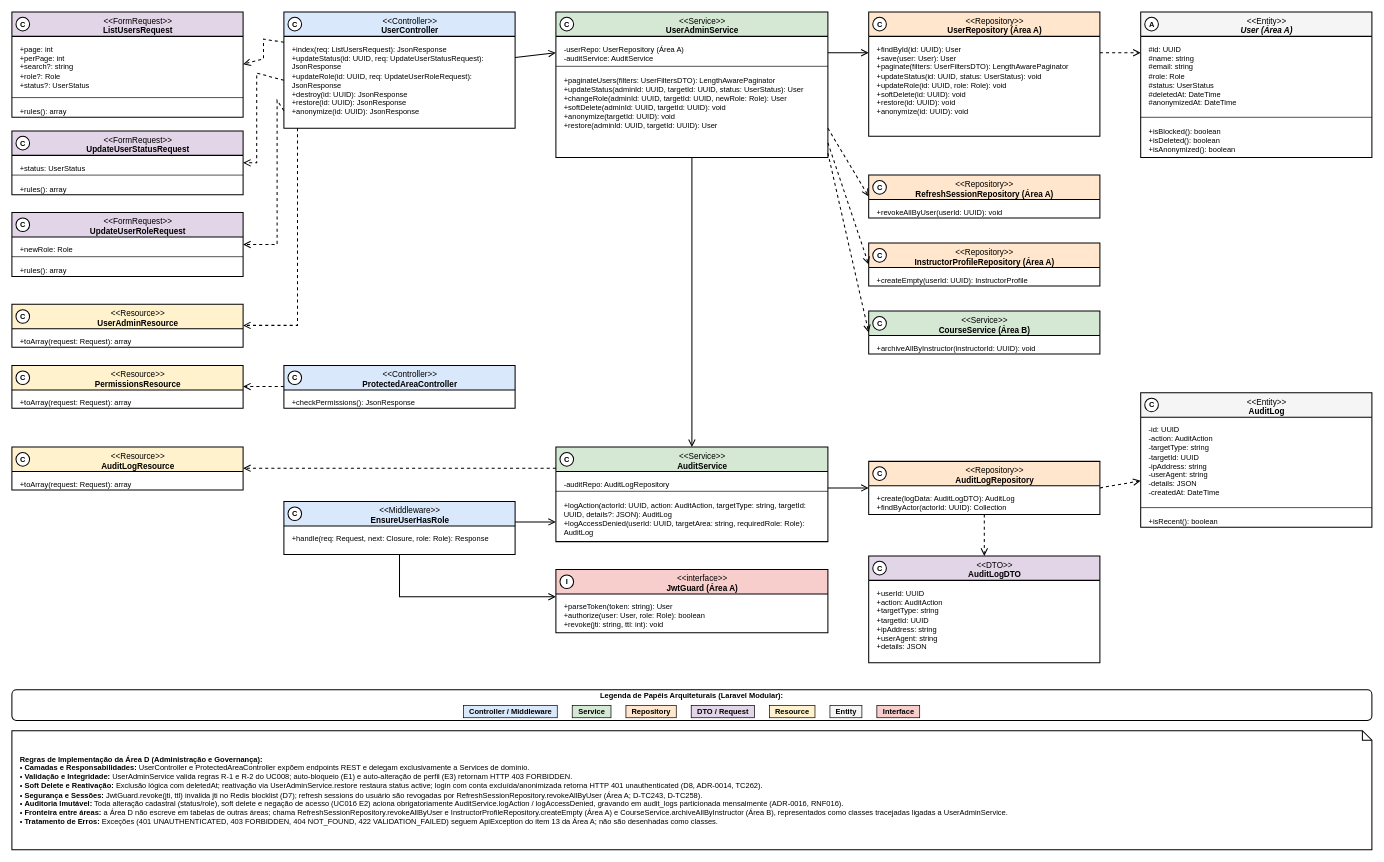
Earlier version of the draw.io diagram especificacao/diagramas/13-classes-area-d-implementacao-administracao.drawio (Plataforma-de-Cursos-TCC/plataforma-cursos-docs). Source tidied: cells renumbered, new cells numbered last; positions are measured from the earlier drawing's top-left corner, leaving out a move shared by most shapes. Both pictures are drawn from the tidied source at 68%, with x=0, y=0 at pixel (12, 12).
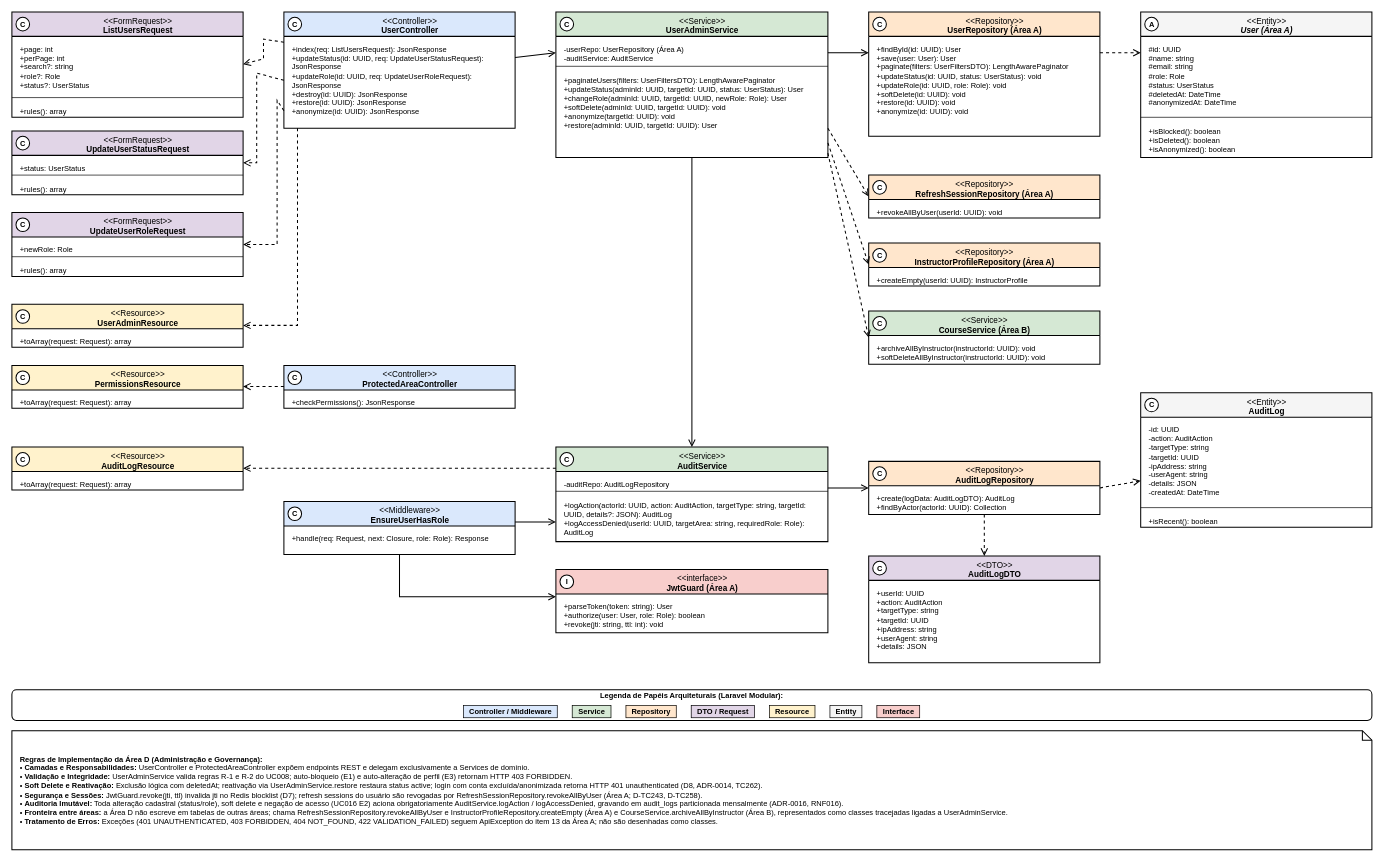
Above is the later version.

Diff of the diagram source:
```diff
@@
     <mxCell id="71" value="&amp;lt;&amp;lt;Service&amp;gt;&amp;gt;&lt;br&gt;&lt;b&gt;CourseService (Área B)&lt;/b&gt;" style="swimlane;html=1;fontStyle=0;align=center;verticalAlign=top;startSize=36;fillColor=#D5E8D4;swimlaneFillColor=#FFFFFF;strokeColor=#000000;strokeWidth=1.5;fontFamily=Helvetica;fontSize=12;fontColor=#000000;rounded=0;dashed=1;dashPattern=8 8spacingLeft=30;" parent="1" vertex="1">
-      <mxGeometry x="1260" y="440" width="340" height="63" as="geometry" />
+      <mxGeometry x="1260" y="440" width="340" height="78" as="geometry" />
     </mxCell>
-    <mxCell id="72" value="+archiveAllByInstructor(instructorId: UUID): void" style="text;html=1;align=left;verticalAlign=top;spacingLeft=10;spacingRight=8;spacingTop=6;fontSize=11;fontFamily=Helvetica;fontColor=#000000;strokeColor=none;fillColor=none;whiteSpace=wrap;" parent="71" vertex="1">
-      <mxGeometry y="36" width="340" height="27" as="geometry" />
+    <mxCell id="72" value="+archiveAllByInstructor(instructorId: UUID): void&lt;br&gt;+softDeleteAllByInstructor(instructorId: UUID): void" style="text;html=1;align=left;verticalAlign=top;spacingLeft=10;spacingRight=8;spacingTop=6;fontSize=11;fontFamily=Helvetica;fontColor=#000000;strokeColor=none;fillColor=none;whiteSpace=wrap;" parent="71" vertex="1">
+      <mxGeometry y="36" width="340" height="42" as="geometry" />
     </mxCell>
```
